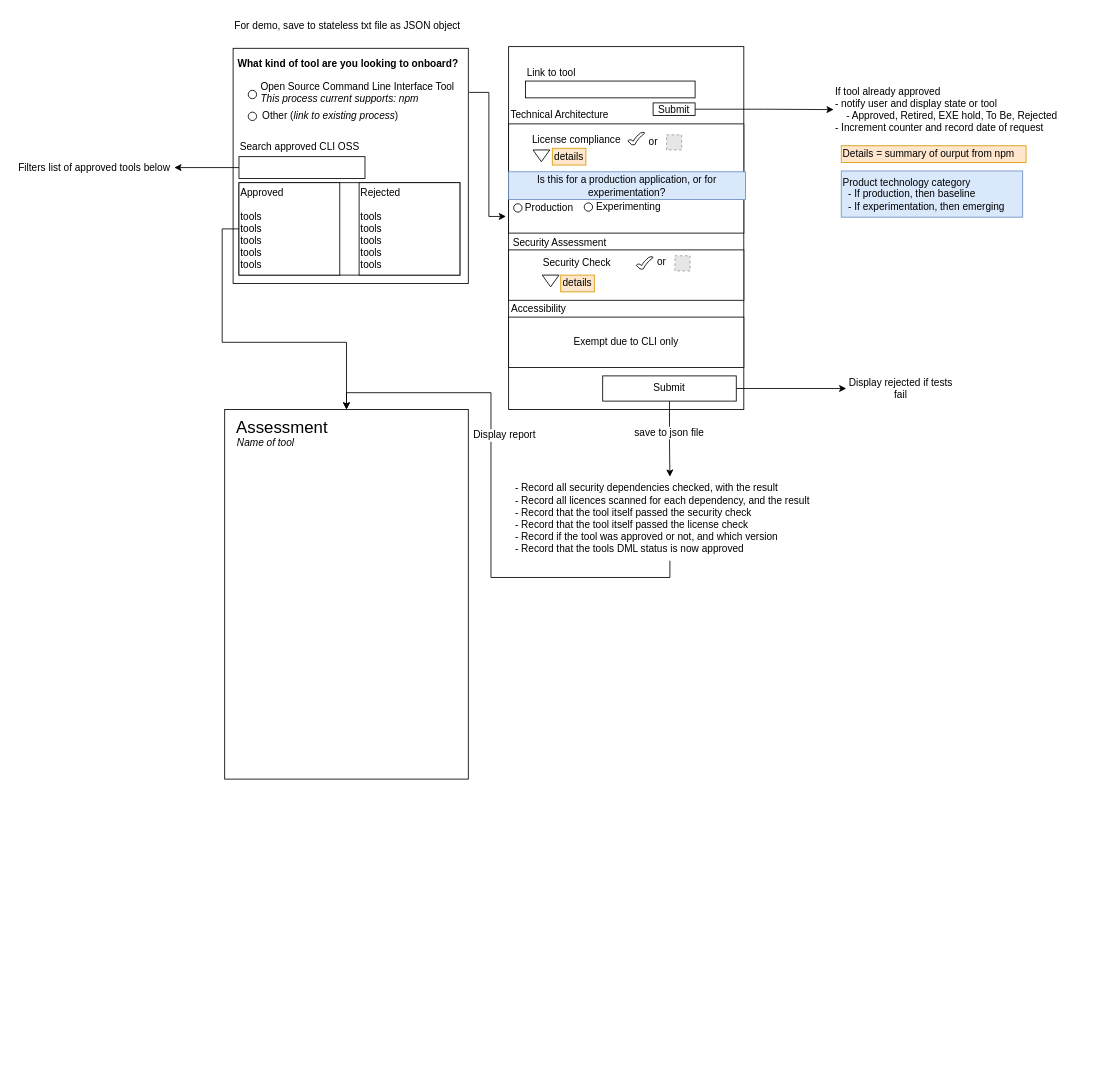
This is drawio/en/SoftwareOnboarding.drawio from sara-sabr/ITStrategy, a draw.io file, before an edit. Source tidied: cells renumbered, new cells numbered last; positions are measured from the earlier drawing's top-left corner, leaving out a move shared by most shapes. Both pictures are drawn from the tidied source at 84%, with x=0, y=0 at pixel (14, 14). Pictures stored in the file or linked from it are replaced by grey dashed boxes.
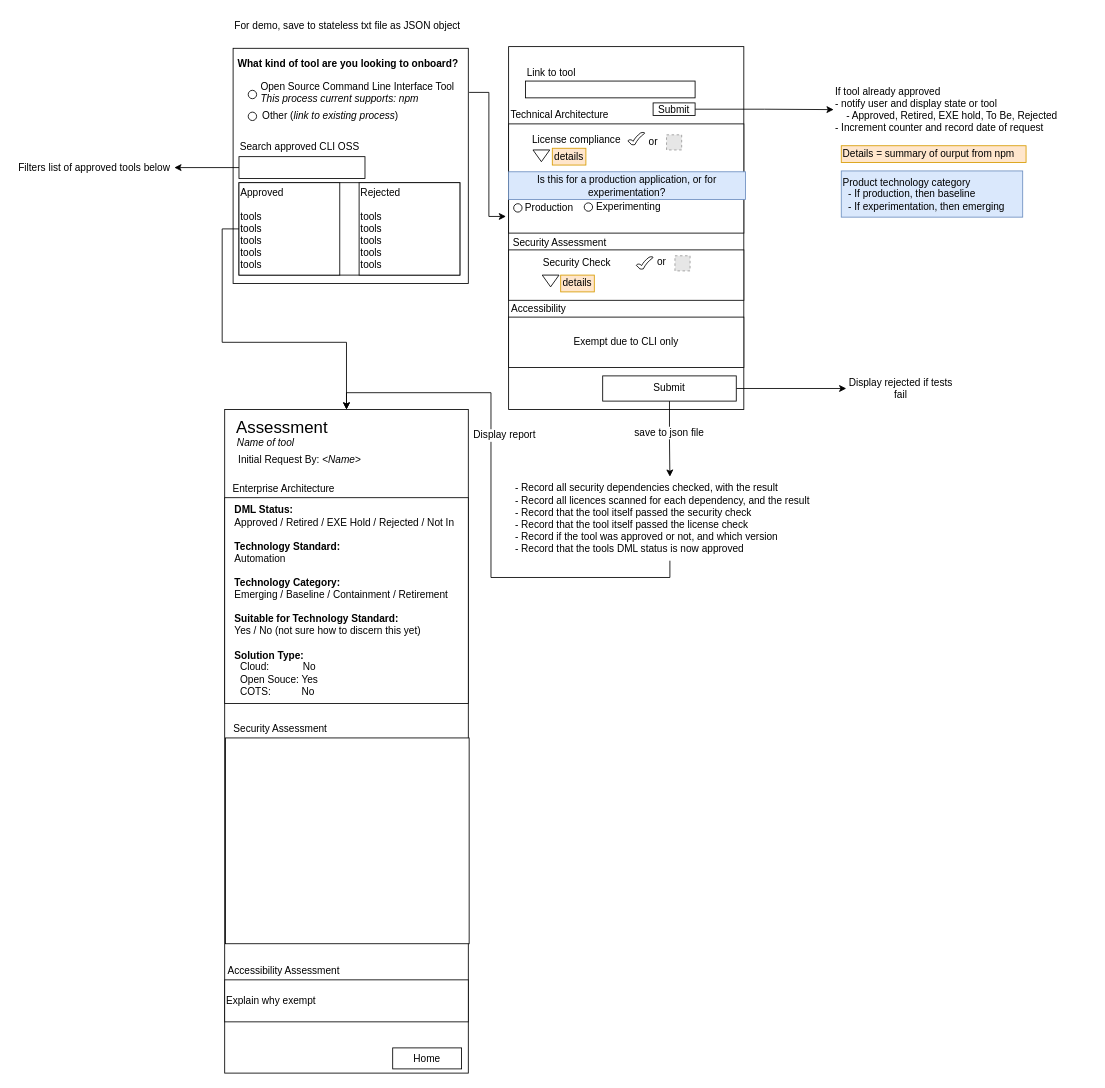
The same page after the edit.

Commit message:
Added results page to display information needed by current enterprise ops documentation

The edit, as a diff of the source:
```diff
@@
+    <mxCell id="49" style="rounded=0;whiteSpace=wrap;html=1;" parent="1" vertex="1">
+      <mxGeometry x="250" y="470" width="290" height="790" as="geometry" />
+    </mxCell>
+    <mxCell id="60" style="rounded=0;whiteSpace=wrap;html=1;fontSize=12;" parent="1" vertex="1">
+      <mxGeometry x="250" y="575" width="290" height="245" as="geometry" />
+    </mxCell>
@@
-    <mxCell id="49" style="rounded=0;whiteSpace=wrap;html=1;" parent="1" vertex="1">
-      <mxGeometry x="250" y="470" width="290" height="440" as="geometry" />
-    </mxCell>
@@
+    <mxCell id="61" value="&lt;b&gt;DML Status: &lt;/b&gt;&lt;br&gt;Approved / Retired / EXE Hold / Rejected / Not In&lt;br&gt;&lt;br&gt;&lt;b&gt;Technology Standard:&lt;/b&gt;&lt;br&gt;Automation&lt;br&gt;&lt;br&gt;&lt;b&gt;Technology Category:&lt;/b&gt;&lt;br&gt;Emerging / Baseline / Containment / Retirement&lt;br&gt;&lt;br&gt;&lt;b&gt;Suitable for Technology Standard:&lt;/b&gt;&lt;br&gt;Yes / No (not sure how to discern this yet)&lt;br&gt;&lt;br&gt;&lt;b&gt;Solution Type:&lt;br&gt;&lt;/b&gt;&amp;nbsp; Cloud:&amp;nbsp; &amp;nbsp; &amp;nbsp; &amp;nbsp; &amp;nbsp; &amp;nbsp; No&lt;br&gt;&amp;nbsp; Open Souce: Yes&lt;br&gt;&amp;nbsp; COTS:&amp;nbsp; &amp;nbsp; &amp;nbsp; &amp;nbsp; &amp;nbsp; &amp;nbsp;No" style="text;html=1;strokeColor=none;fillColor=none;align=left;verticalAlign=middle;whiteSpace=wrap;rounded=0;fontSize=12;" parent="1" vertex="1">
+      <mxGeometry x="260" y="583" width="270" height="230" as="geometry" />
+    </mxCell>
+    <mxCell id="62" value="&lt;span style=&quot;text-align: left&quot;&gt;Initial Request By: &amp;lt;&lt;/span&gt;&lt;i style=&quot;text-align: left&quot;&gt;Name&lt;/i&gt;&lt;span style=&quot;text-align: left&quot;&gt;&amp;gt;&lt;/span&gt;" style="text;html=1;strokeColor=none;fillColor=none;align=center;verticalAlign=middle;whiteSpace=wrap;rounded=0;fontSize=12;" parent="1" vertex="1">
+      <mxGeometry x="263" y="520" width="153" height="20" as="geometry" />
+    </mxCell>
+    <mxCell id="63" value="Enterprise Architecture" style="text;html=1;strokeColor=none;fillColor=none;align=center;verticalAlign=middle;whiteSpace=wrap;rounded=0;fontSize=12;" parent="1" vertex="1">
+      <mxGeometry x="251" y="555" width="139" height="20" as="geometry" />
+    </mxCell>
+    <mxCell id="64" value="Security Assessment" style="text;html=1;strokeColor=none;fillColor=none;align=center;verticalAlign=middle;whiteSpace=wrap;rounded=0;fontSize=12;" parent="1" vertex="1">
+      <mxGeometry x="247" y="840" width="139" height="20" as="geometry" />
+    </mxCell>
+    <mxCell id="65" style="rounded=0;whiteSpace=wrap;html=1;fontSize=12;" parent="1" vertex="1">
+      <mxGeometry x="251" y="861" width="290" height="245" as="geometry" />
+    </mxCell>
+    <mxCell id="66" value="Accessibility Assessment" style="text;html=1;strokeColor=none;fillColor=none;align=center;verticalAlign=middle;whiteSpace=wrap;rounded=0;fontSize=12;" parent="1" vertex="1">
+      <mxGeometry x="251" y="1129" width="139" height="20" as="geometry" />
+    </mxCell>
+    <mxCell id="67" value="Explain why exempt" style="rounded=0;whiteSpace=wrap;html=1;fontSize=12;align=left;" parent="1" vertex="1">
+      <mxGeometry x="250" y="1149" width="290" height="50" as="geometry" />
+    </mxCell>
+    <mxCell id="68" value="Home" style="rounded=0;whiteSpace=wrap;html=1;fontSize=12;" parent="1" vertex="1">
+      <mxGeometry x="450" y="1230" width="82" height="25" as="geometry" />
+    </mxCell>
```
